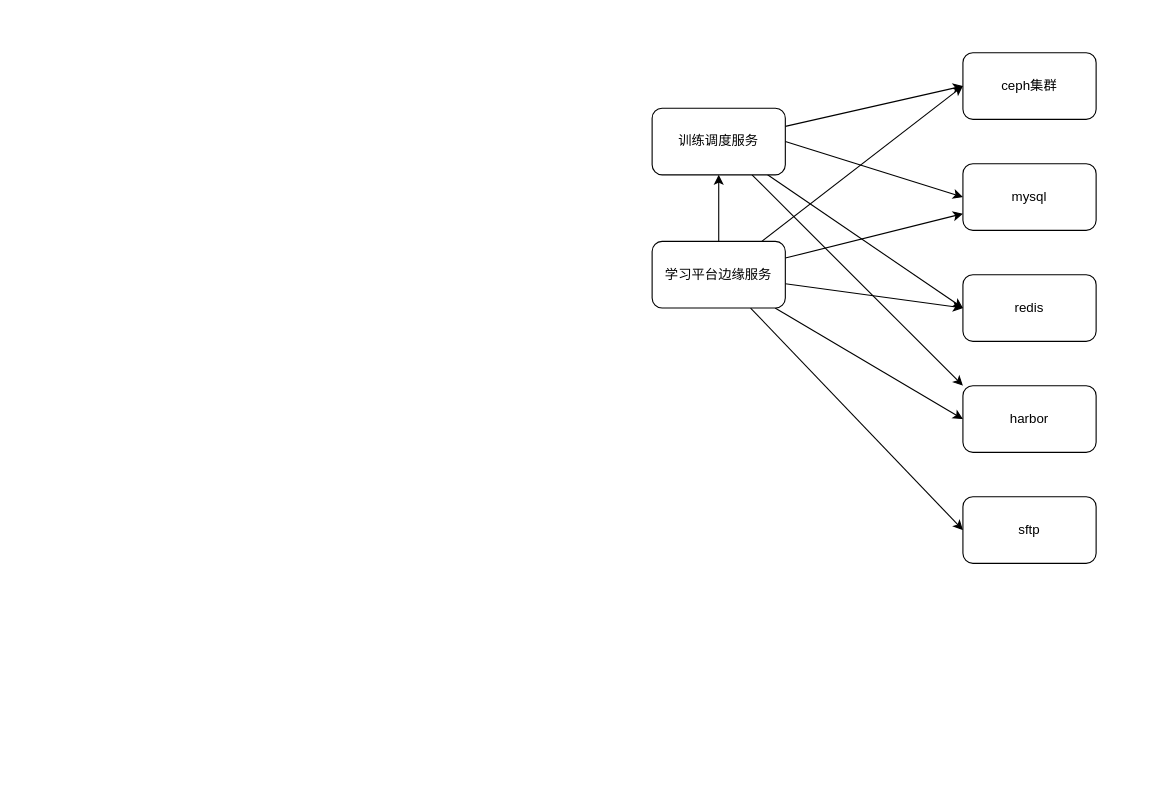
Above: 推理平台+学习平台边缘部署架构图.drawio in adtxgc/diagrams (draw.io), before the change. Source tidied: cells renumbered, new cells numbered last; positions are measured from the earlier drawing's top-left corner, leaving out a move shared by most shapes. Both pictures are drawn from the tidied source at 111%, with x=0, y=0 at pixel (652, 52).
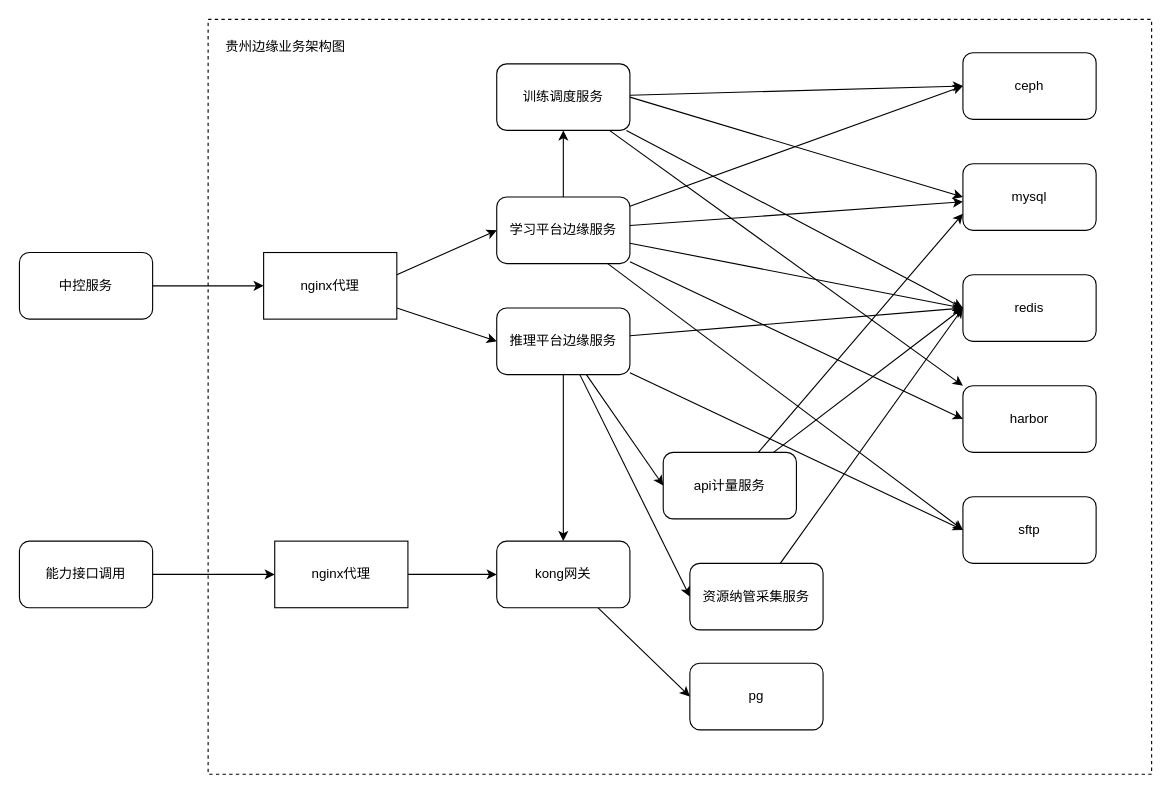
After the change.

Commit message:
更新推理平台+学习平台边缘部署架构图.drawio

Unchanged cells that the change refers to:
```xml
<mxCell id="3" value="mysql" style="rounded=1;whiteSpace=wrap;html=1;" parent="1" vertex="1">
  <mxGeometry x="280" y="100" width="120" height="60" as="geometry" />
</mxCell>
<mxCell id="4" value="redis" style="rounded=1;whiteSpace=wrap;html=1;" parent="1" vertex="1">
  <mxGeometry x="280" y="200" width="120" height="60" as="geometry" />
</mxCell>
<mxCell id="5" value="sftp" style="rounded=1;whiteSpace=wrap;html=1;" parent="1" vertex="1">
  <mxGeometry x="280" y="400" width="120" height="60" as="geometry" />
</mxCell>
```

Diff of the diagram source:
```diff
@@
+    <mxCell id="19" style="rounded=0;whiteSpace=wrap;html=1;dashed=1;" parent="1" vertex="1">
+      <mxGeometry x="-400" y="-30" width="850" height="680" as="geometry" />
+    </mxCell>
-    <mxCell id="2" value="ceph集群" style="rounded=1;whiteSpace=wrap;html=1;" parent="1" vertex="1">
+    <mxCell id="2" value="ceph" style="rounded=1;whiteSpace=wrap;html=1;" parent="1" vertex="1">
       <mxGeometry x="280" width="120" height="60" as="geometry" />
     </mxCell>
@@
-    <mxCell id="9" style="edgeStyle=none;rounded=0;jettySize=auto;html=1;entryX=0;entryY=0.5;entryDx=0;entryDy=0;" parent="1" edge="1" source="11" target="2">
-      <mxGeometry relative="1" as="geometry" />
+    <mxCell id="9" style="edgeStyle=none;rounded=0;jettySize=auto;html=1;entryX=0;entryY=0.5;entryDx=0;entryDy=0;" parent="1" edge="1" source="11">
+      <mxGeometry relative="1" as="geometry">
+        <mxPoint x="280" y="30" as="targetPoint" />
+      </mxGeometry>
     </mxCell>
@@
     <mxCell id="11" value="训练调度服务" style="rounded=1;whiteSpace=wrap;html=1;" parent="1" vertex="1">
-      <mxGeometry y="50" width="120" height="60" as="geometry" />
+      <mxGeometry x="-140" y="10" width="120" height="60" as="geometry" />
     </mxCell>
-    <mxCell id="12" style="edgeStyle=none;rounded=0;jettySize=auto;html=1;entryX=0;entryY=0.5;entryDx=0;entryDy=0;" parent="1" edge="1" source="18" target="2">
-      <mxGeometry relative="1" as="geometry" />
+    <mxCell id="12" style="edgeStyle=none;rounded=0;jettySize=auto;html=1;entryX=0;entryY=0.5;entryDx=0;entryDy=0;" parent="1" edge="1" source="18">
+      <mxGeometry relative="1" as="geometry">
+        <mxPoint x="280" y="30" as="targetPoint" />
+      </mxGeometry>
     </mxCell>
@@
     <mxCell id="18" value="学习平台边缘服务" style="rounded=1;whiteSpace=wrap;html=1;" parent="1" vertex="1">
-      <mxGeometry y="170" width="120" height="60" as="geometry" />
+      <mxGeometry x="-140" y="130" width="120" height="60" as="geometry" />
     </mxCell>
+    <mxCell id="20" style="rounded=0;jettySize=auto;html=1;" parent="1" edge="1" source="25" target="32">
+      <mxGeometry relative="1" as="geometry" />
+    </mxCell>
+    <mxCell id="21" style="edgeStyle=none;rounded=0;jettySize=auto;html=1;entryX=0;entryY=0.5;entryDx=0;entryDy=0;" parent="1" edge="1" source="25" target="28">
+      <mxGeometry relative="1" as="geometry" />
+    </mxCell>
+    <mxCell id="22" style="edgeStyle=none;rounded=0;jettySize=auto;html=1;entryX=0;entryY=0.5;entryDx=0;entryDy=0;" parent="1" edge="1" source="25" target="30">
+      <mxGeometry relative="1" as="geometry" />
+    </mxCell>
+    <mxCell id="23" style="edgeStyle=none;rounded=0;jettySize=auto;html=1;entryX=0;entryY=0.5;entryDx=0;entryDy=0;" parent="1" edge="1" source="25" target="4">
+      <mxGeometry relative="1" as="geometry" />
+    </mxCell>
+    <mxCell id="24" style="edgeStyle=none;rounded=0;jettySize=auto;html=1;entryX=0;entryY=0.5;entryDx=0;entryDy=0;" parent="1" edge="1" source="25" target="5">
+      <mxGeometry relative="1" as="geometry" />
+    </mxCell>
+    <mxCell id="25" value="推理平台边缘服务" style="rounded=1;whiteSpace=wrap;html=1;" parent="1" vertex="1">
+      <mxGeometry x="-140" y="230" width="120" height="60" as="geometry" />
+    </mxCell>
+    <mxCell id="26" style="edgeStyle=none;rounded=0;jettySize=auto;html=1;entryX=0;entryY=0.5;entryDx=0;entryDy=0;" parent="1" edge="1" source="28" target="4">
+      <mxGeometry relative="1" as="geometry" />
+    </mxCell>
+    <mxCell id="27" style="edgeStyle=none;rounded=0;jettySize=auto;html=1;entryX=0;entryY=0.75;entryDx=0;entryDy=0;" parent="1" edge="1" source="28" target="3">
+      <mxGeometry relative="1" as="geometry" />
+    </mxCell>
+    <mxCell id="28" value="api计量服务" style="rounded=1;whiteSpace=wrap;html=1;" parent="1" vertex="1">
+      <mxGeometry x="10" y="360" width="120" height="60" as="geometry" />
+    </mxCell>
+    <mxCell id="29" style="edgeStyle=none;rounded=0;jettySize=auto;html=1;entryX=0;entryY=0.5;entryDx=0;entryDy=0;" parent="1" edge="1" source="30" target="4">
+      <mxGeometry relative="1" as="geometry" />
+    </mxCell>
+    <mxCell id="30" value="资源纳管采集服务" style="rounded=1;whiteSpace=wrap;html=1;" parent="1" vertex="1">
+      <mxGeometry x="34" y="460" width="120" height="60" as="geometry" />
+    </mxCell>
+    <mxCell id="31" style="rounded=0;jettySize=auto;html=1;entryX=0;entryY=0.5;entryDx=0;entryDy=0;" parent="1" edge="1" source="32" target="33">
+      <mxGeometry relative="1" as="geometry" />
+    </mxCell>
+    <mxCell id="32" value="kong网关" style="rounded=1;whiteSpace=wrap;html=1;" parent="1" vertex="1">
+      <mxGeometry x="-140" y="440" width="120" height="60" as="geometry" />
+    </mxCell>
+    <mxCell id="33" value="pg" style="rounded=1;whiteSpace=wrap;html=1;" parent="1" vertex="1">
+      <mxGeometry x="34" y="550" width="120" height="60" as="geometry" />
+    </mxCell>
+    <mxCell id="34" style="edgeStyle=none;rounded=0;jettySize=auto;html=1;entryX=0;entryY=0.5;entryDx=0;entryDy=0;" parent="1" edge="1" target="18">
+      <mxGeometry relative="1" as="geometry">
+        <mxPoint x="-230" y="200" as="sourcePoint" />
+      </mxGeometry>
+    </mxCell>
+    <mxCell id="35" style="edgeStyle=none;rounded=0;jettySize=auto;html=1;entryX=0;entryY=0.5;entryDx=0;entryDy=0;" parent="1" edge="1" source="36" target="25">
+      <mxGeometry relative="1" as="geometry" />
+    </mxCell>
+    <mxCell id="36" value="nginx代理" style="rounded=0;whiteSpace=wrap;html=1;" parent="1" vertex="1">
+      <mxGeometry x="-350" y="180" width="120" height="60" as="geometry" />
+    </mxCell>
+    <mxCell id="37" style="endArrow=classic;html=1;rounded=0;entryX=0;entryY=0.5;entryDx=0;entryDy=0;exitX=1;exitY=0.5;exitDx=0;exitDy=0;" parent="1" edge="1" source="38" target="36">
+      <mxGeometry relative="1" as="geometry" />
+    </mxCell>
+    <mxCell id="38" value="中控服务" style="rounded=1;whiteSpace=wrap;html=1;" parent="1" vertex="1">
+      <mxGeometry x="-570" y="180" width="120" height="60" as="geometry" />
+    </mxCell>
+    <mxCell id="39" value="贵州边缘业务架构图" style="text;html=1;strokeColor=none;fillColor=none;align=center;verticalAlign=middle;whiteSpace=wrap;rounded=0;" parent="1" vertex="1">
+      <mxGeometry x="-390" y="-20" width="120" height="30" as="geometry" />
+    </mxCell>
+    <mxCell id="40" style="edgeStyle=none;rounded=0;jettySize=auto;html=1;" parent="1" edge="1" source="41" target="32">
+      <mxGeometry relative="1" as="geometry" />
+    </mxCell>
+    <mxCell id="41" value="nginx代理" style="rounded=0;whiteSpace=wrap;html=1;" parent="1" vertex="1">
+      <mxGeometry x="-340" y="440" width="120" height="60" as="geometry" />
+    </mxCell>
+    <mxCell id="42" style="edgeStyle=none;rounded=0;jettySize=auto;html=1;entryX=0;entryY=0.5;entryDx=0;entryDy=0;" parent="1" edge="1" source="43" target="41">
+      <mxGeometry relative="1" as="geometry" />
+    </mxCell>
+    <mxCell id="43" value="能力接口调用" style="rounded=1;whiteSpace=wrap;html=1;" parent="1" vertex="1">
+      <mxGeometry x="-570" y="440" width="120" height="60" as="geometry" />
+    </mxCell>
```
